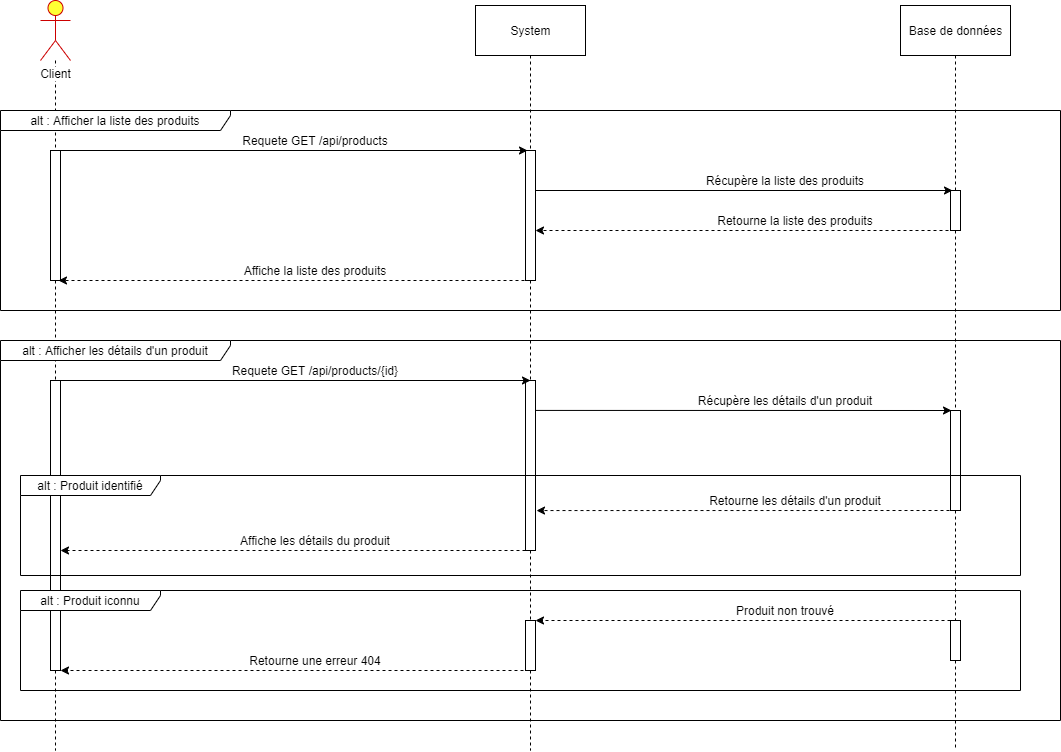
The draw.io diagram Diagrammes/Diagramme de séquence - Gestion des produits.png in Scratchy-Show/BileMo, before a commit. Source tidied: cells renumbered, new cells last; positions are measured from the earlier drawing's top-left corner, leaving out a move shared by most shapes.
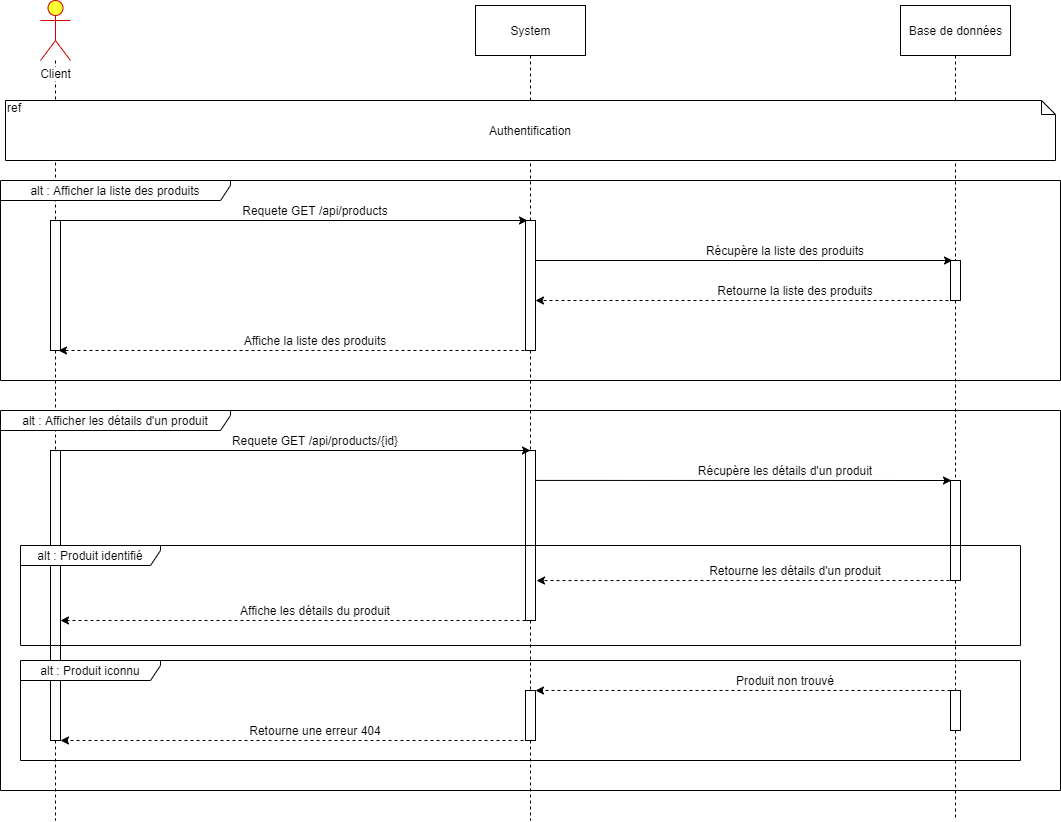
Later version of the same file.

Diff of the diagram source:
```diff
@@ -6,19 +6,19 @@
       <mxGeometry relative="1" as="geometry" />
     </mxCell>
     <mxCell id="3" value="Client" style="shape=umlActor;verticalLabelPosition=bottom;labelBackgroundColor=#ffffff;verticalAlign=top;html=1;outlineConnect=0;fillColor=#FFFF33;strokeColor=#CC0000;" parent="1" vertex="1">
-      <mxGeometry x="40" width="30" height="60" as="geometry" />
+      <mxGeometry x="40" y="-70" width="30" height="60" as="geometry" />
     </mxCell>
     <mxCell id="4" style="edgeStyle=orthogonalEdgeStyle;rounded=0;jettySize=auto;html=1;dashed=1;endArrow=none;endFill=0;entryX=0.5;entryY=0;entryDx=0;entryDy=0;entryPerimeter=0;" parent="1" edge="1" source="5" target="13">
       <mxGeometry relative="1" as="geometry" />
     </mxCell>
     <mxCell id="5" value="System" style="html=1;" parent="1" vertex="1">
-      <mxGeometry x="475" y="5" width="110" height="50" as="geometry" />
+      <mxGeometry x="475" y="-65" width="110" height="50" as="geometry" />
     </mxCell>
     <mxCell id="6" style="edgeStyle=orthogonalEdgeStyle;rounded=0;jettySize=auto;html=1;dashed=1;endArrow=none;endFill=0;entryX=0.5;entryY=0;entryDx=0;entryDy=0;entryPerimeter=0;" parent="1" edge="1" source="7" target="19">
       <mxGeometry relative="1" as="geometry" />
     </mxCell>
     <mxCell id="7" value="Base de données" style="html=1;" parent="1" vertex="1">
-      <mxGeometry x="900" y="5" width="110" height="50" as="geometry" />
+      <mxGeometry x="900" y="-65" width="110" height="50" as="geometry" />
     </mxCell>
     <mxCell id="8" style="edgeStyle=orthogonalEdgeStyle;rounded=0;jettySize=auto;html=1;dashed=1;endArrow=none;endFill=0;" parent="1" edge="1" source="9" target="11">
       <mxGeometry relative="1" as="geometry" />
@@ -146,5 +146,11 @@
     <mxCell id="47" value="Retourne une erreur 404" style="text;html=1;strokeColor=none;fillColor=none;align=center;verticalAlign=middle;whiteSpace=wrap;rounded=0;" parent="1" vertex="1">
       <mxGeometry x="210" y="650" width="210" height="20" as="geometry" />
     </mxCell>
+    <mxCell id="48" value="ref" style="shape=note;whiteSpace=wrap;html=1;size=14;verticalAlign=top;align=left;spacingTop=-6;" parent="1" vertex="1">
+      <mxGeometry x="5" y="30" width="1050" height="60" as="geometry" />
+    </mxCell>
+    <mxCell id="49" value="Authentification" style="text;html=1;strokeColor=none;fillColor=none;align=center;verticalAlign=middle;whiteSpace=wrap;rounded=0;" parent="1" vertex="1">
+      <mxGeometry x="465" y="50" width="130" height="20" as="geometry" />
+    </mxCell>
   </root>
 </mxGraphModel>
```
